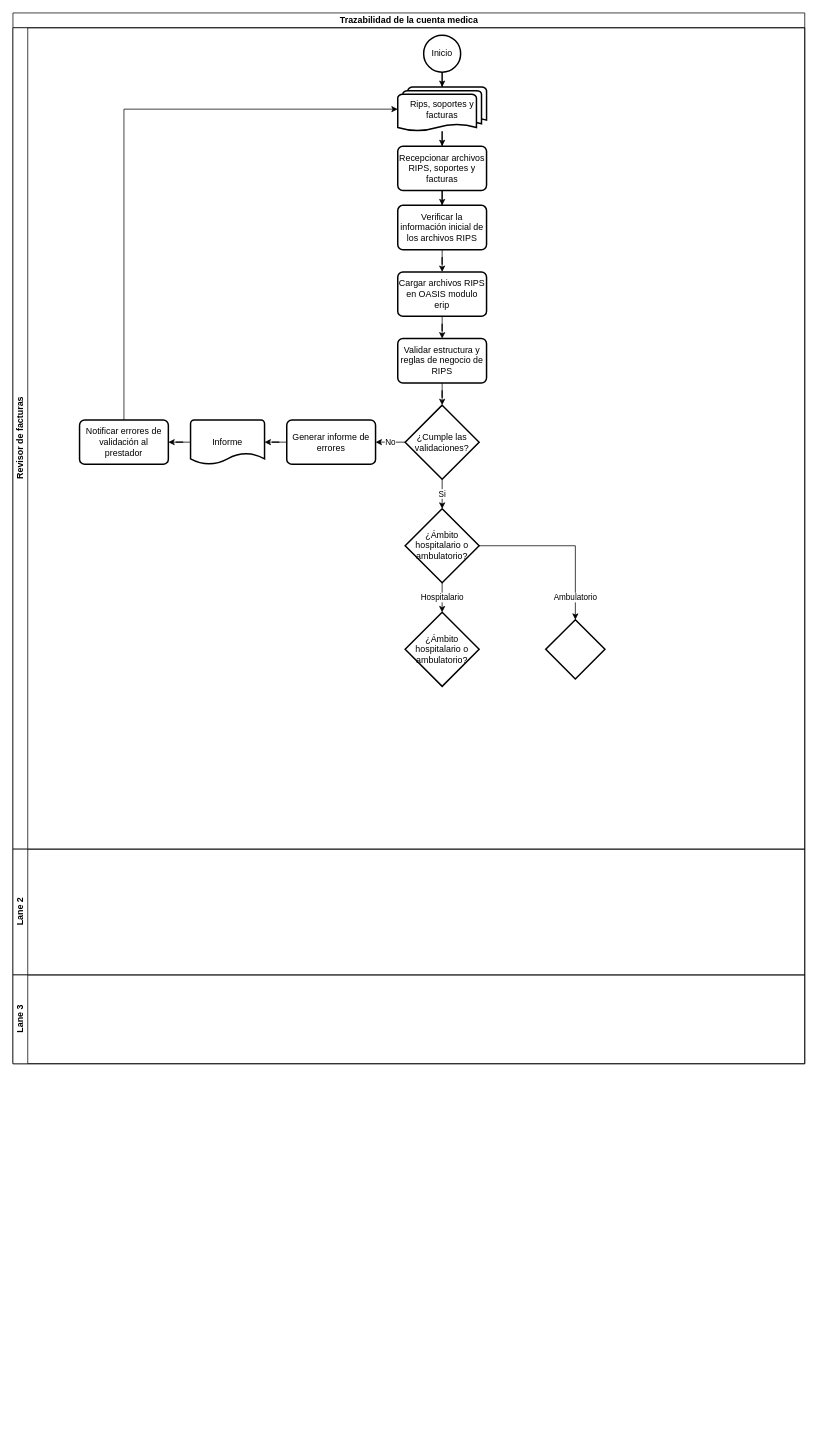
Above: Trazabilidad cuenta medica.drawio in kevinjporto/Diagramas-de-procesos (draw.io), before the change. Source tidied: cells renumbered, new cells numbered last; positions are measured from the earlier drawing's top-left corner, leaving out a move shared by most shapes. Both pictures are drawn from the tidied source at 74%, with x=0, y=0 at pixel (13, 13).
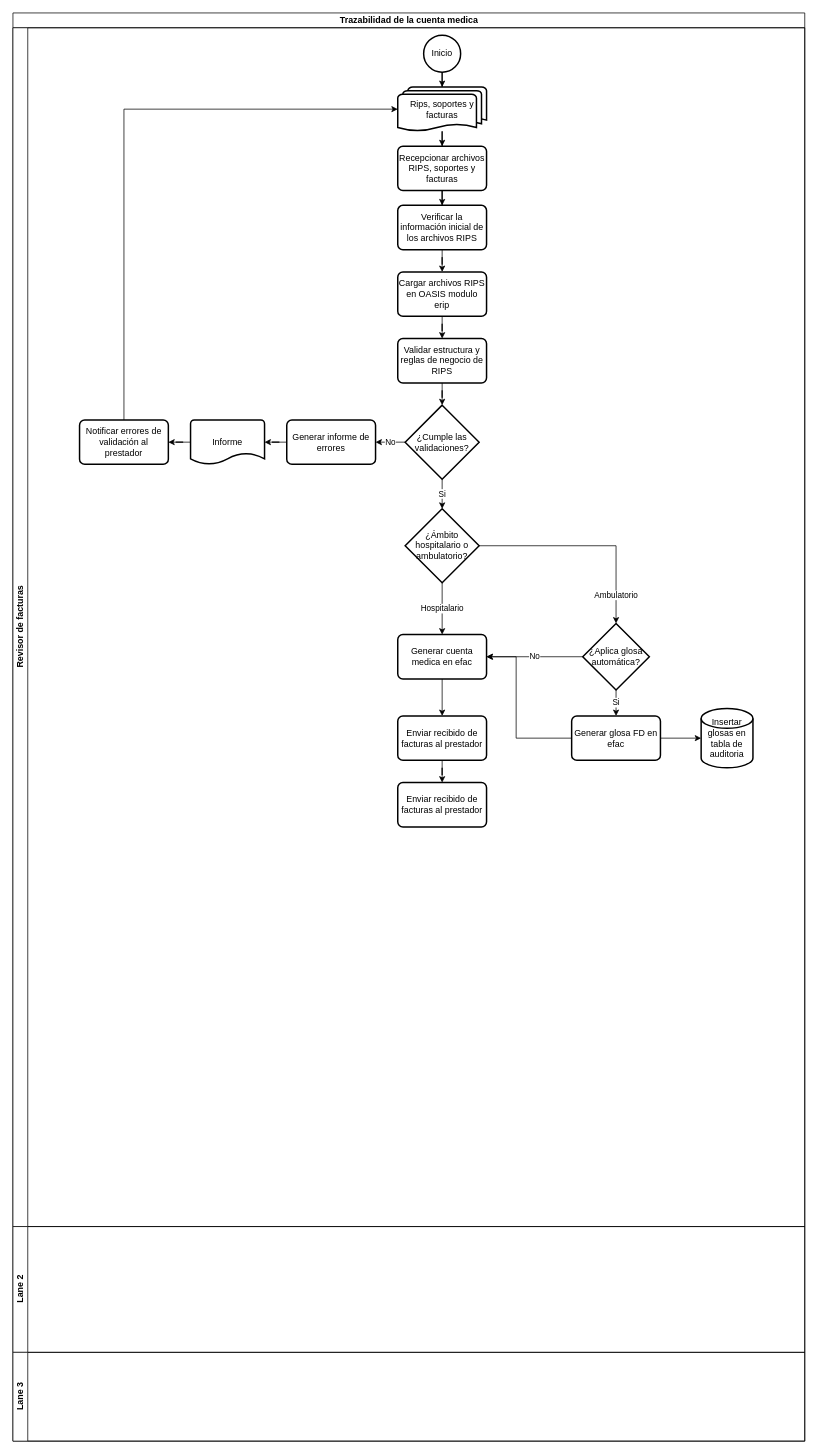
After the change.

The change refers to these unchanged cells:
```xml
<mxCell id="20" value="¿Ámbito hospitalario o ambulatorio?" style="strokeWidth=2;html=1;shape=mxgraph.flowchart.decision;whiteSpace=wrap;" parent="3" vertex="1">
  <mxGeometry x="530" y="650" width="100" height="100" as="geometry" />
</mxCell>
```

Change to the diagram source:
```diff
@@
     <mxCell id="2" value="Trazabilidad de la cuenta medica" style="swimlane;horizontal=1;startSize=20;html=1;" parent="1" vertex="1">
-      <mxGeometry width="1070" height="1420" as="geometry" />
+      <mxGeometry width="1070" height="1930" as="geometry" />
     </mxCell>
     <mxCell id="3" value="Revisor de facturas" style="swimlane;startSize=20;horizontal=0;html=1;" parent="2" vertex="1">
-      <mxGeometry y="20" width="1070" height="1110" as="geometry" />
+      <mxGeometry y="20" width="1070" height="1620" as="geometry" />
     </mxCell>
@@
-    <mxCell id="18" value="Hospitalario" style="edgeStyle=orthogonalEdgeStyle;rounded=0;jettySize=auto;html=1;" parent="3" edge="1" source="20" target="21">
+    <mxCell id="18" value="Hospitalario" style="edgeStyle=orthogonalEdgeStyle;rounded=0;jettySize=auto;html=1;" parent="3" edge="1" source="20" target="35">
       <mxGeometry relative="1" as="geometry" />
     </mxCell>
@@
-    <mxCell id="21" value="¿Ámbito hospitalario o ambulatorio?" style="strokeWidth=2;html=1;shape=mxgraph.flowchart.decision;whiteSpace=wrap;" parent="3" vertex="1">
-      <mxGeometry x="530" y="790" width="100" height="100" as="geometry" />
-    </mxCell>
+    <mxCell id="32" value="No" style="edgeStyle=orthogonalEdgeStyle;rounded=0;jettySize=auto;html=1;entryX=1;entryY=0.5;entryDx=0;entryDy=0;" parent="3" edge="1" source="22" target="35">
+      <mxGeometry relative="1" as="geometry">
+        <Array as="points">
+          <mxPoint x="700" y="850" />
+          <mxPoint x="700" y="850" />
+        </Array>
+      </mxGeometry>
+    </mxCell>
+    <mxCell id="33" value="Si" style="edgeStyle=orthogonalEdgeStyle;rounded=0;jettySize=auto;html=1;" parent="3" edge="1" source="22" target="40">
+      <mxGeometry relative="1" as="geometry" />
+    </mxCell>
-    <mxCell id="22" style="rhombus;whiteSpace=wrap;html=1;strokeWidth=2;" parent="3" vertex="1">
-      <mxGeometry x="720" y="800" width="80" height="80" as="geometry" />
+    <mxCell id="22" value="¿Aplica glosa automática?" style="rhombus;whiteSpace=wrap;html=1;strokeWidth=2;" parent="3" vertex="1">
+      <mxGeometry x="770" y="805" width="90" height="90" as="geometry" />
     </mxCell>
@@
+    <mxCell id="34" style="edgeStyle=orthogonalEdgeStyle;rounded=0;jettySize=auto;html=1;" parent="3" edge="1" source="35" target="37">
+      <mxGeometry relative="1" as="geometry" />
+    </mxCell>
+    <mxCell id="35" value="Generar cuenta medica en efac" style="rounded=1;whiteSpace=wrap;html=1;absoluteArcSize=1;arcSize=14;strokeWidth=2;" parent="3" vertex="1">
+      <mxGeometry x="520" y="820" width="120" height="60" as="geometry" />
+    </mxCell>
+    <mxCell id="36" style="edgeStyle=orthogonalEdgeStyle;rounded=0;jettySize=auto;html=1;" parent="3" edge="1" source="37" target="42">
+      <mxGeometry relative="1" as="geometry" />
+    </mxCell>
+    <mxCell id="37" value="Enviar recibido de facturas al prestador" style="rounded=1;whiteSpace=wrap;html=1;absoluteArcSize=1;arcSize=14;strokeWidth=2;" parent="3" vertex="1">
+      <mxGeometry x="520" y="930" width="120" height="60" as="geometry" />
+    </mxCell>
+    <mxCell id="38" style="edgeStyle=orthogonalEdgeStyle;rounded=0;jettySize=auto;html=1;" parent="3" edge="1" source="40" target="41">
+      <mxGeometry relative="1" as="geometry" />
+    </mxCell>
+    <mxCell id="39" style="edgeStyle=orthogonalEdgeStyle;rounded=0;jettySize=auto;html=1;entryX=1;entryY=0.5;entryDx=0;entryDy=0;" parent="3" edge="1" source="40" target="35">
+      <mxGeometry relative="1" as="geometry">
+        <Array as="points">
+          <mxPoint x="680" y="960" />
+          <mxPoint x="680" y="850" />
+        </Array>
+      </mxGeometry>
+    </mxCell>
+    <mxCell id="40" value="Generar glosa FD en efac" style="rounded=1;whiteSpace=wrap;html=1;absoluteArcSize=1;arcSize=14;strokeWidth=2;" parent="3" vertex="1">
+      <mxGeometry x="755" y="930" width="120" height="60" as="geometry" />
+    </mxCell>
+    <mxCell id="41" value="Insertar glosas en tabla de auditoria" style="strokeWidth=2;html=1;shape=mxgraph.flowchart.database;whiteSpace=wrap;" parent="3" vertex="1">
+      <mxGeometry x="930" y="920" width="70" height="80" as="geometry" />
+    </mxCell>
+    <mxCell id="42" value="Enviar recibido de facturas al prestador" style="rounded=1;whiteSpace=wrap;html=1;absoluteArcSize=1;arcSize=14;strokeWidth=2;" parent="3" vertex="1">
+      <mxGeometry x="520" y="1020" width="120" height="60" as="geometry" />
+    </mxCell>
     <mxCell id="30" value="Lane 2" style="swimlane;startSize=20;horizontal=0;html=1;" parent="2" vertex="1">
-      <mxGeometry y="1130" width="1070" height="170" as="geometry" />
+      <mxGeometry y="1640" width="1070" height="170" as="geometry" />
     </mxCell>
     <mxCell id="31" value="Lane 3" style="swimlane;startSize=20;horizontal=0;html=1;" parent="2" vertex="1">
-      <mxGeometry y="1300" width="1070" height="120" as="geometry" />
+      <mxGeometry y="1810" width="1070" height="120" as="geometry" />
     </mxCell>
```
